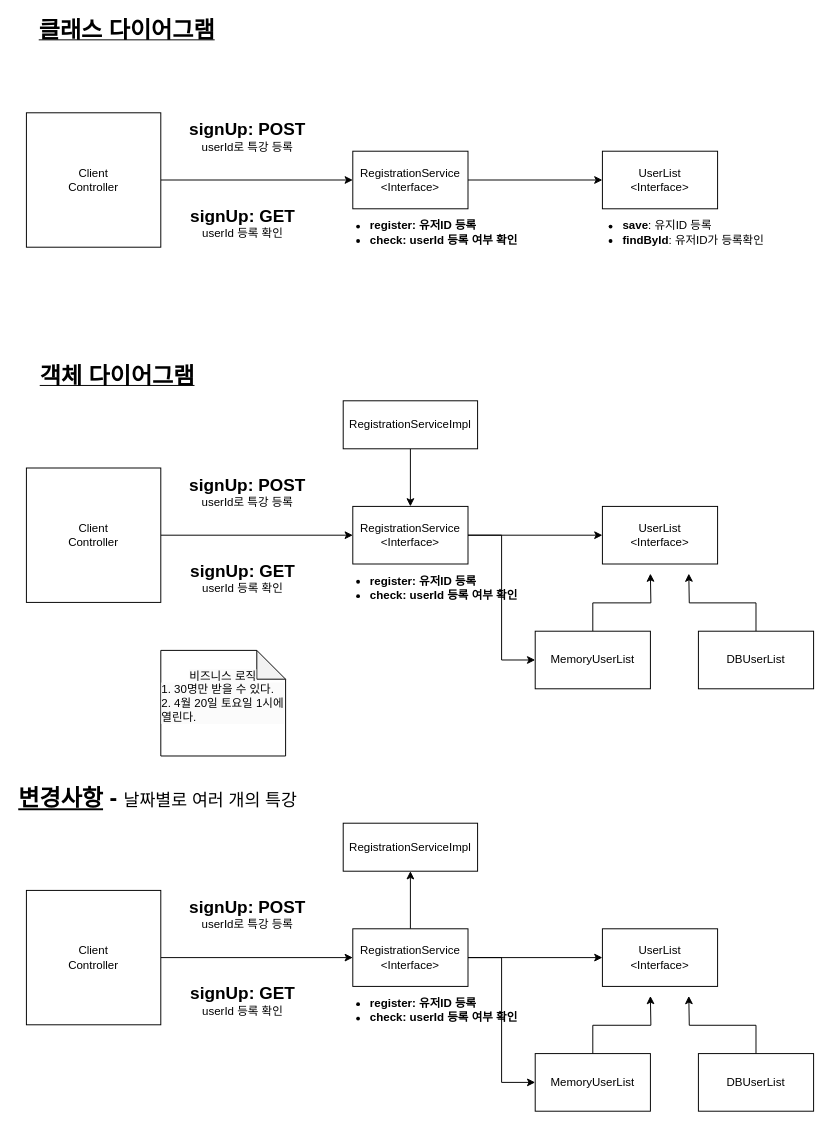
The draw.io diagram class-diagram.drawio in watanka/SignUpSeminarAPI, before the edit. Source tidied: cells renumbered, new cells numbered last; positions are measured from the earlier drawing's top-left corner, leaving out a move shared by most shapes. Both pictures are drawn from the tidied source at 96%, with x=0, y=0 at pixel (16, 16).
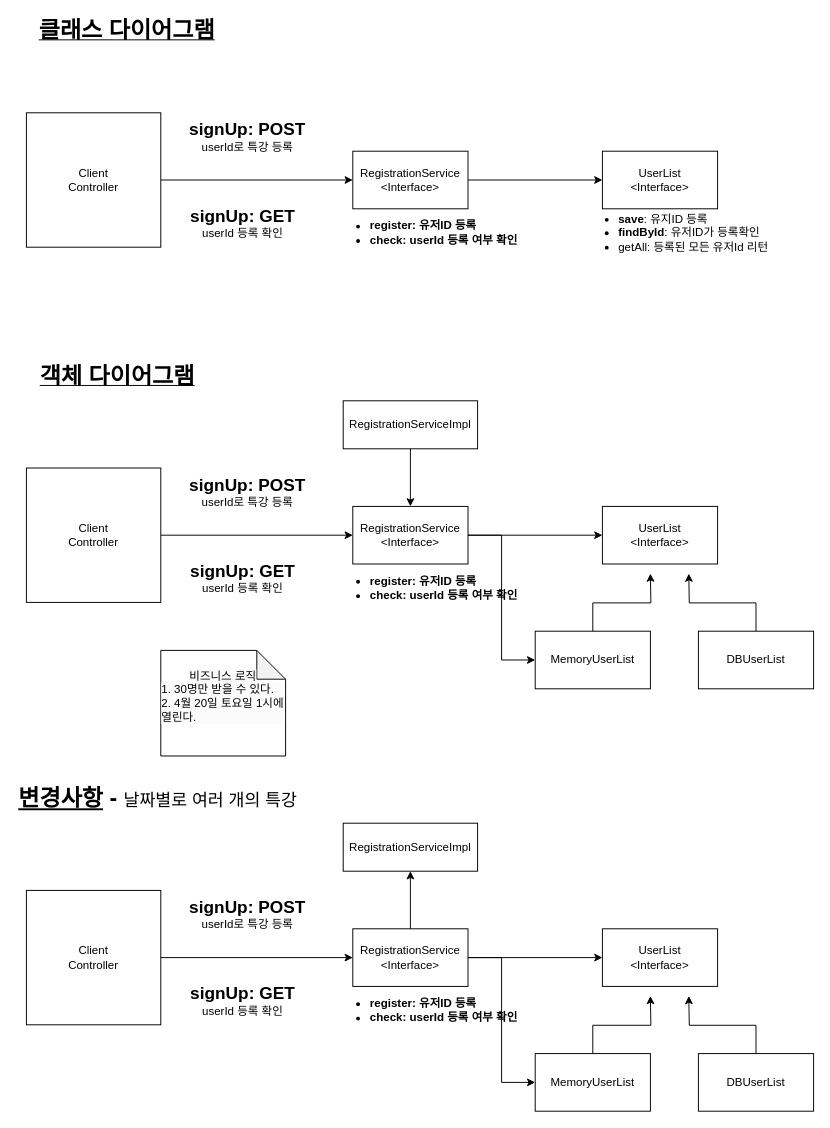
After the change.

Diff of the diagram source:
```diff
@@
-    <mxCell id="9" value="&lt;div style=&quot;text-align: left;&quot;&gt;&lt;ul&gt;&lt;li&gt;&lt;b style=&quot;background-color: initial;&quot;&gt;save&lt;/b&gt;&lt;span style=&quot;text-align: left; background-color: initial;&quot;&gt;: 유지ID 등록&lt;/span&gt;&lt;/li&gt;&lt;li&gt;&lt;span style=&quot;background-color: initial;&quot;&gt;&lt;b&gt;findById&lt;/b&gt;: 유저ID가 등록확인&lt;/span&gt;&lt;/li&gt;&lt;/ul&gt;&lt;/div&gt;" style="text;html=1;align=center;verticalAlign=middle;whiteSpace=wrap;rounded=0;" parent="1" vertex="1">
+    <mxCell id="9" value="&lt;div style=&quot;text-align: left;&quot;&gt;&lt;ul&gt;&lt;li&gt;&lt;b style=&quot;background-color: initial;&quot;&gt;save&lt;/b&gt;&lt;span style=&quot;text-align: left; background-color: initial;&quot;&gt;: 유지ID 등록&lt;/span&gt;&lt;/li&gt;&lt;li&gt;&lt;span style=&quot;background-color: initial;&quot;&gt;&lt;b&gt;findById&lt;/b&gt;: 유저ID가 등록확인&lt;/span&gt;&lt;/li&gt;&lt;li&gt;&lt;span style=&quot;background-color: initial;&quot;&gt;getAll: 등록된 모든 유저Id 리턴&lt;/span&gt;&lt;/li&gt;&lt;/ul&gt;&lt;/div&gt;" style="text;html=1;align=center;verticalAlign=middle;whiteSpace=wrap;rounded=0;" parent="1" vertex="1">
       <mxGeometry x="580" y="190" width="210" height="70" as="geometry" />
     </mxCell>
```
